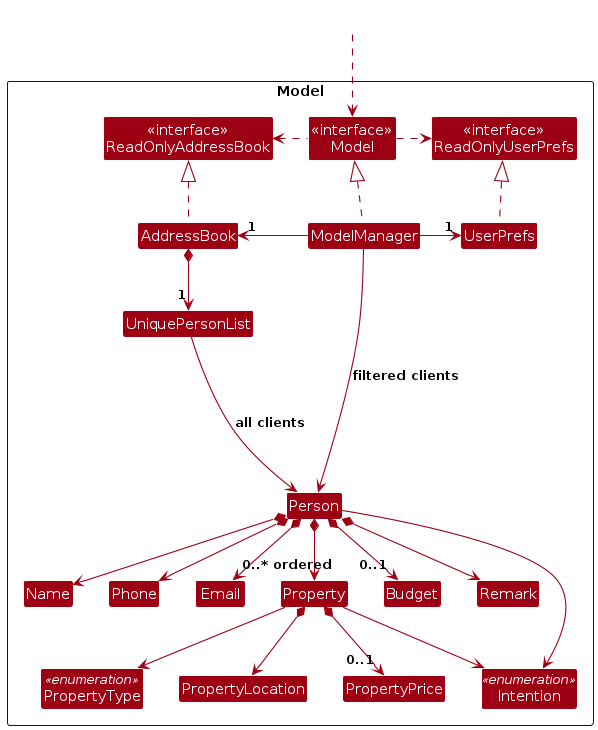
Before: diagrams/ModelClassDiagram.png, a diagram exported from PlantUML (AY2627S1-CS2103T-W11-4/tp). Its source is kept beside it as diagrams/ModelClassDiagram.puml.
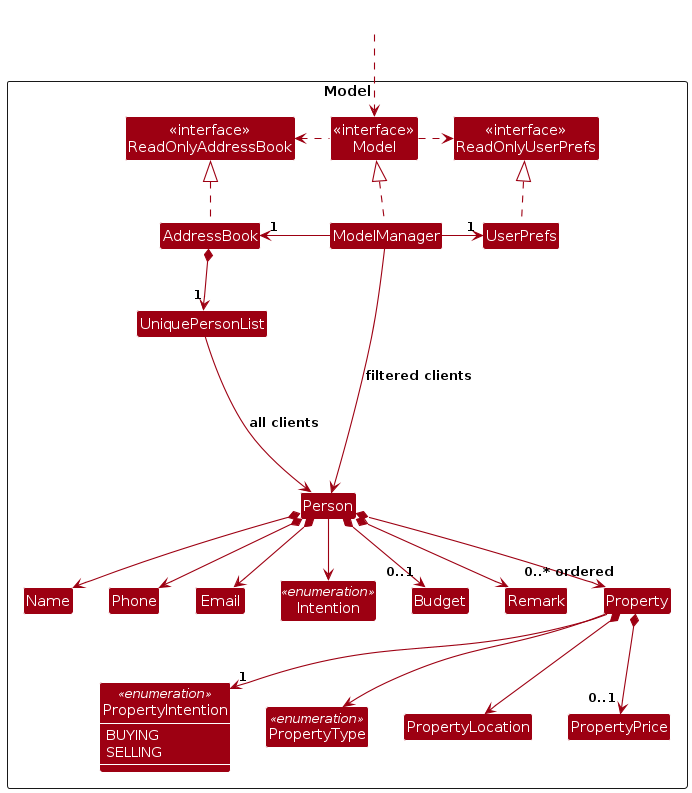
Above is the later version.

Diff of the diagram source:
```diff
@@ -3,6 +3,7 @@
 skinparam arrowThickness 1.1
 skinparam arrowColor MODEL_COLOR
 skinparam classBackgroundColor MODEL_COLOR
+skinparam classAttributeFontColor #FFFFFF
 
 Package Model as ModelPackage <<Rectangle>>{
 Class "<<interface>>\nReadOnlyAddressBook" as ReadOnlyAddressBook
@@ -21,6 +22,10 @@
 Class Budget
 Class Remark
 Class Property
+Class PropertyIntention <<enumeration>> {
+  BUYING
+  SELLING
+}
 Class PropertyType <<enumeration>>
 Class PropertyLocation
 Class PropertyPrice
@@ -30,6 +35,8 @@
 
 Class HiddenOutside #FFFFFF
 HiddenOutside ..> Model
+
+show PropertyIntention members
 
 AddressBook .up.|> ReadOnlyAddressBook
 
@@ -50,7 +57,7 @@
 Person *--> Remark
 Person *--> "0..* ordered" Property
 Property --> PropertyType
-Property --> Intention
+Property --> "1" PropertyIntention
 Property *--> PropertyLocation
 Property *--> "0..1" PropertyPrice
 
```
